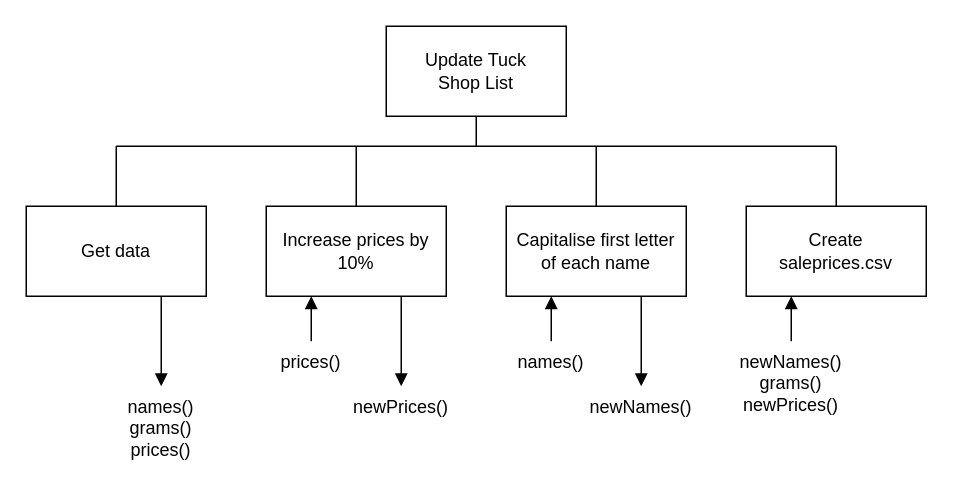
Earlier version of the draw.io diagram h-cs/sdd/H-SDD-Tuck-Shop/assets/H-SDD-Tuck-Shop.drawio (MrFriendCS/MrFriendCS.github.io). Source tidied: cells renumbered, new cells numbered last; positions are measured from the earlier drawing's top-left corner, leaving out a move shared by most shapes. Both pictures are drawn from the tidied source at 150%, with x=0, y=0 at pixel (26, 26).
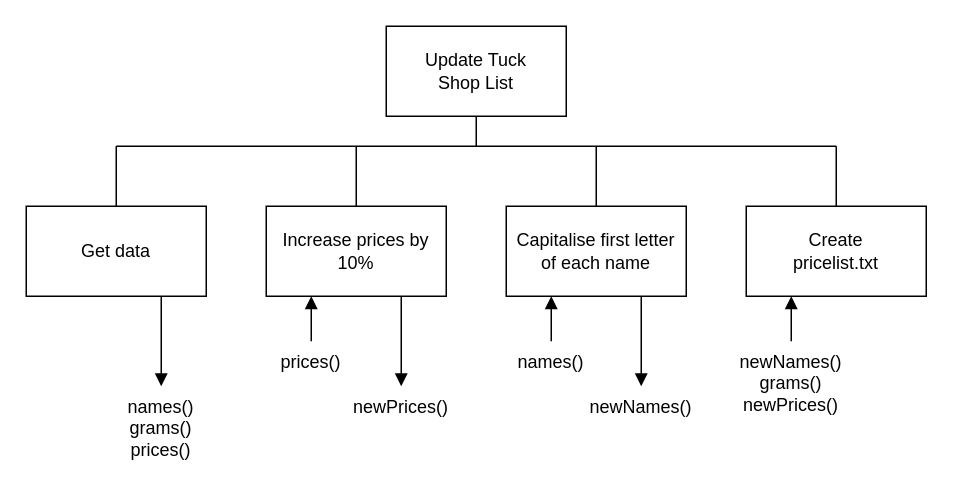
Above is the later version.

Diff of the diagram source:
```diff
@@
-    <mxCell id="13" value="&lt;div&gt;Create&lt;/div&gt;&lt;div&gt;saleprices.csv&lt;/div&gt;" style="rounded=0;whiteSpace=wrap;html=1;" parent="1" vertex="1">
+    <mxCell id="13" value="&lt;div&gt;Create&lt;/div&gt;&lt;div&gt;pricelist.txt&lt;/div&gt;" style="rounded=0;whiteSpace=wrap;html=1;" parent="1" vertex="1">
       <mxGeometry x="480" y="120" width="120" height="60" as="geometry" />
     </mxCell>
```
